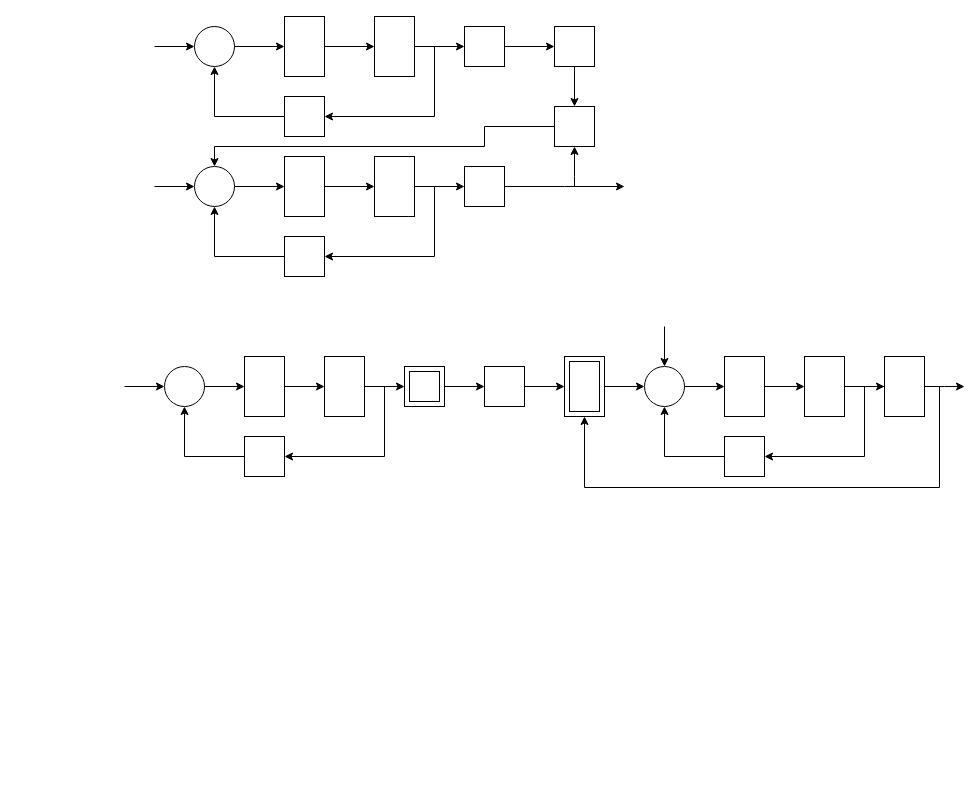
Before: TP2/Figuras P2/Diagrama de bloques.drawio in FedericoScheytt/A3-Tesys-I, a draw.io diagram. Source tidied: cells renumbered, new cells numbered last; positions are measured from the earlier drawing's top-left corner, leaving out a move shared by most shapes. Both pictures are drawn from the tidied source at 100%, with x=0, y=0 at pixel (124, 16).
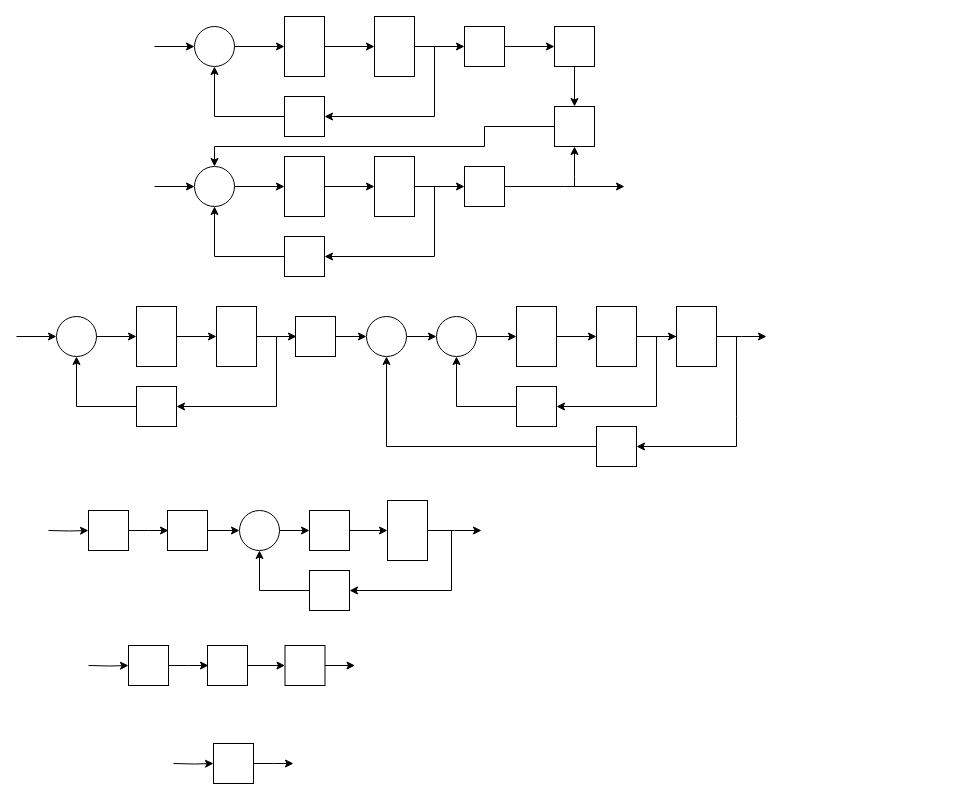
Above is the later version.

Diff of the diagram source:
```diff
@@
     <mxCell id="31" style="ellipse;whiteSpace=wrap;html=1;" parent="1" vertex="1">
-      <mxGeometry x="40" y="350" width="40" height="40" as="geometry" />
+      <mxGeometry x="-68" y="300" width="40" height="40" as="geometry" />
     </mxCell>
-    <mxCell id="32" style="edgeStyle=orthogonalEdgeStyle;rounded=0;jettySize=auto;html=1;exitX=1;exitY=0.5;exitDx=0;exitDy=0;entryX=0;entryY=0.5;entryDx=0;entryDy=0;" parent="1" edge="1" source="33" target="35">
-      <mxGeometry x="-0.2" y="10" relative="1" as="geometry" />
+    <mxCell id="32" style="edgeStyle=orthogonalEdgeStyle;rounded=0;jettySize=auto;html=1;exitX=1;exitY=0.5;exitDx=0;exitDy=0;entryX=0;entryY=0.5;entryDx=0;entryDy=0;" parent="1" edge="1" source="33">
+      <mxGeometry x="-0.2" y="10" relative="1" as="geometry">
+        <mxPoint x="172" y="320" as="targetPoint" />
+      </mxGeometry>
     </mxCell>
     <mxCell id="33" style="rounded=0;whiteSpace=wrap;html=1;" parent="1" vertex="1">
-      <mxGeometry x="200" y="340" width="40" height="60" as="geometry" />
+      <mxGeometry x="92" y="290" width="40" height="60" as="geometry" />
     </mxCell>
-    <mxCell id="34" style="edgeStyle=orthogonalEdgeStyle;rounded=0;jettySize=auto;html=1;exitX=1;exitY=0.5;exitDx=0;exitDy=0;entryX=0;entryY=0.5;entryDx=0;entryDy=0;" parent="1" edge="1" source="35" target="37">
-      <mxGeometry relative="1" as="geometry" />
-    </mxCell>
-    <mxCell id="35" style="rounded=0;whiteSpace=wrap;html=1;" parent="1" vertex="1">
-      <mxGeometry x="280" y="350" width="40" height="40" as="geometry" />
-    </mxCell>
-    <mxCell id="36" style="edgeStyle=orthogonalEdgeStyle;rounded=0;jettySize=auto;html=1;exitX=1;exitY=0.5;exitDx=0;exitDy=0;entryX=0;entryY=0.5;entryDx=0;entryDy=0;" parent="1" edge="1" source="37" target="50">
-      <mxGeometry relative="1" as="geometry" />
-    </mxCell>
+    <mxCell id="62" style="edgeStyle=orthogonalEdgeStyle;rounded=0;jettySize=auto;html=1;" parent="1" edge="1" source="37" target="67">
+      <mxGeometry relative="1" as="geometry" />
+    </mxCell>
     <mxCell id="37" style="rounded=0;whiteSpace=wrap;html=1;" parent="1" vertex="1">
-      <mxGeometry x="360" y="350" width="40" height="40" as="geometry" />
+      <mxGeometry x="171" y="300" width="40" height="40" as="geometry" />
     </mxCell>
@@
     <mxCell id="39" style="rounded=0;whiteSpace=wrap;html=1;" parent="1" vertex="1">
-      <mxGeometry x="120" y="340" width="40" height="60" as="geometry" />
+      <mxGeometry x="12" y="290" width="40" height="60" as="geometry" />
     </mxCell>
     <mxCell id="40" style="edgeStyle=orthogonalEdgeStyle;rounded=0;jettySize=auto;html=1;entryX=1;entryY=0.5;entryDx=0;entryDy=0;" parent="1" edge="1" target="42">
       <mxGeometry relative="1" as="geometry">
-        <mxPoint x="260" y="370" as="sourcePoint" />
+        <mxPoint x="152" y="320" as="sourcePoint" />
         <Array as="points">
-          <mxPoint x="260" y="440" />
+          <mxPoint x="152" y="390" />
         </Array>
       </mxGeometry>
     </mxCell>
@@
     <mxCell id="42" style="rounded=0;whiteSpace=wrap;html=1;" parent="1" vertex="1">
-      <mxGeometry x="120" y="420" width="40" height="40" as="geometry" />
+      <mxGeometry x="12" y="370" width="40" height="40" as="geometry" />
     </mxCell>
     <mxCell id="43" style="endArrow=classic;html=1;rounded=0;entryX=0;entryY=0.5;entryDx=0;entryDy=0;" parent="1" edge="1" target="39">
       <mxGeometry relative="1" as="geometry">
-        <mxPoint x="80" y="370" as="sourcePoint" />
+        <mxPoint x="-28" y="320" as="sourcePoint" />
       </mxGeometry>
     </mxCell>
     <mxCell id="44" style="endArrow=classic;html=1;rounded=0;entryX=0;entryY=0.5;entryDx=0;entryDy=0;" parent="1" edge="1" target="31">
       <mxGeometry y="10" relative="1" as="geometry">
-        <mxPoint y="370" as="sourcePoint" />
+        <mxPoint x="-108" y="320" as="sourcePoint" />
       </mxGeometry>
     </mxCell>
     <mxCell id="45" style="ellipse;whiteSpace=wrap;html=1;" parent="1" vertex="1">
-      <mxGeometry x="520" y="350" width="40" height="40" as="geometry" />
+      <mxGeometry x="312" y="300" width="40" height="40" as="geometry" />
     </mxCell>
@@
     <mxCell id="47" style="rounded=0;whiteSpace=wrap;html=1;" parent="1" vertex="1">
-      <mxGeometry x="680" y="340" width="40" height="60" as="geometry" />
+      <mxGeometry x="472" y="290" width="40" height="60" as="geometry" />
     </mxCell>
     <mxCell id="48" style="edgeStyle=orthogonalEdgeStyle;rounded=0;jettySize=auto;html=1;exitX=1;exitY=0.5;exitDx=0;exitDy=0;" parent="1" edge="1" source="49">
       <mxGeometry relative="1" as="geometry">
-        <mxPoint x="840" y="370" as="targetPoint" />
+        <mxPoint x="642" y="320" as="targetPoint" />
       </mxGeometry>
     </mxCell>
     <mxCell id="49" style="rounded=0;whiteSpace=wrap;html=1;" parent="1" vertex="1">
-      <mxGeometry x="760" y="340" width="40" height="60" as="geometry" />
+      <mxGeometry x="552" y="290" width="40" height="60" as="geometry" />
     </mxCell>
-    <mxCell id="50" style="rounded=0;whiteSpace=wrap;html=1;" parent="1" vertex="1">
-      <mxGeometry x="440" y="340" width="40" height="60" as="geometry" />
-    </mxCell>
@@
     <mxCell id="52" style="rounded=0;whiteSpace=wrap;html=1;" parent="1" vertex="1">
-      <mxGeometry x="600" y="340" width="40" height="60" as="geometry" />
+      <mxGeometry x="392" y="290" width="40" height="60" as="geometry" />
     </mxCell>
     <mxCell id="53" style="edgeStyle=orthogonalEdgeStyle;rounded=0;jettySize=auto;html=1;entryX=1;entryY=0.5;entryDx=0;entryDy=0;" parent="1" edge="1" target="54">
       <mxGeometry relative="1" as="geometry">
-        <mxPoint x="760" y="370" as="sourcePoint" />
+        <mxPoint x="552" y="320" as="sourcePoint" />
         <Array as="points">
-          <mxPoint x="740" y="370" />
-          <mxPoint x="740" y="440" />
+          <mxPoint x="532" y="320" />
+          <mxPoint x="532" y="390" />
         </Array>
       </mxGeometry>
     </mxCell>
     <mxCell id="54" style="rounded=0;whiteSpace=wrap;html=1;" parent="1" vertex="1">
-      <mxGeometry x="600" y="420" width="40" height="40" as="geometry" />
+      <mxGeometry x="392" y="370" width="40" height="40" as="geometry" />
     </mxCell>
     <mxCell id="55" style="endArrow=classic;html=1;rounded=0;entryX=0;entryY=0.5;entryDx=0;entryDy=0;" parent="1" edge="1" target="52">
       <mxGeometry relative="1" as="geometry">
-        <mxPoint x="560" y="370" as="sourcePoint" />
+        <mxPoint x="352" y="320" as="sourcePoint" />
       </mxGeometry>
     </mxCell>
-    <mxCell id="56" style="endArrow=classic;html=1;rounded=0;" parent="1" edge="1" target="45">
+    <mxCell id="56" style="endArrow=classic;html=1;rounded=0;entryX=0.5;entryY=1;entryDx=0;entryDy=0;" parent="1" edge="1" target="45">
       <mxGeometry relative="1" as="geometry">
-        <mxPoint x="600" y="440" as="sourcePoint" />
+        <mxPoint x="392" y="390" as="sourcePoint" />
         <Array as="points">
-          <mxPoint x="540" y="440" />
+          <mxPoint x="332" y="390" />
         </Array>
       </mxGeometry>
     </mxCell>
-    <mxCell id="57" style="endArrow=classic;html=1;rounded=0;entryX=0;entryY=0.5;entryDx=0;entryDy=0;" parent="1" edge="1" target="45">
-      <mxGeometry y="10" relative="1" as="geometry">
-        <mxPoint x="480" y="370" as="sourcePoint" />
-      </mxGeometry>
-    </mxCell>
-    <mxCell id="58" style="endArrow=classic;html=1;rounded=0;entryX=0.5;entryY=0;entryDx=0;entryDy=0;" parent="1" edge="1" target="45">
-      <mxGeometry relative="1" as="geometry">
-        <mxPoint x="540" y="310" as="sourcePoint" />
-      </mxGeometry>
-    </mxCell>
-    <mxCell id="59" style="endArrow=classic;html=1;rounded=0;entryX=0.5;entryY=1;entryDx=0;entryDy=0;" parent="1" edge="1" target="50">
-      <mxGeometry relative="1" as="geometry">
-        <mxPoint x="815" y="370" as="sourcePoint" />
-        <Array as="points">
-          <mxPoint x="815" y="471" />
-          <mxPoint x="460" y="471" />
-        </Array>
-      </mxGeometry>
-    </mxCell>
-    <mxCell id="60" style="rounded=0;whiteSpace=wrap;html=1;" parent="1" vertex="1">
-      <mxGeometry x="445" y="345" width="30" height="50" as="geometry" />
-    </mxCell>
-    <mxCell id="61" style="rounded=0;whiteSpace=wrap;html=1;" parent="1" vertex="1">
-      <mxGeometry x="285" y="355" width="30" height="30" as="geometry" />
-    </mxCell>
+    <mxCell id="63" style="edgeStyle=orthogonalEdgeStyle;rounded=0;jettySize=auto;html=1;entryX=0.5;entryY=1;entryDx=0;entryDy=0;" parent="1" edge="1" source="64" target="67">
+      <mxGeometry relative="1" as="geometry" />
+    </mxCell>
+    <mxCell id="64" style="rounded=0;whiteSpace=wrap;html=1;" parent="1" vertex="1">
+      <mxGeometry x="472" y="410" width="40" height="40" as="geometry" />
+    </mxCell>
+    <mxCell id="65" style="endArrow=classic;html=1;rounded=0;entryX=1;entryY=0.5;entryDx=0;entryDy=0;" parent="1" edge="1" target="64">
+      <mxGeometry relative="1" as="geometry">
+        <mxPoint x="612" y="320" as="sourcePoint" />
+        <Array as="points">
+          <mxPoint x="612" y="400" />
+          <mxPoint x="612" y="430" />
+        </Array>
+      </mxGeometry>
+    </mxCell>
+    <mxCell id="66" style="edgeStyle=orthogonalEdgeStyle;rounded=0;jettySize=auto;html=1;entryX=0;entryY=0.5;entryDx=0;entryDy=0;" parent="1" edge="1" source="67" target="45">
+      <mxGeometry relative="1" as="geometry" />
+    </mxCell>
+    <mxCell id="67" style="ellipse;whiteSpace=wrap;html=1;" parent="1" vertex="1">
+      <mxGeometry x="242" y="300" width="40" height="40" as="geometry" />
+    </mxCell>
+    <mxCell id="68" style="edgeStyle=orthogonalEdgeStyle;rounded=0;jettySize=auto;html=1;exitX=1;exitY=0.5;exitDx=0;exitDy=0;entryX=0;entryY=0.5;entryDx=0;entryDy=0;" parent="1" edge="1" source="69">
+      <mxGeometry x="-0.2" y="10" relative="1" as="geometry">
+        <mxPoint x="44" y="514" as="targetPoint" />
+      </mxGeometry>
+    </mxCell>
+    <mxCell id="69" style="rounded=0;whiteSpace=wrap;html=1;" parent="1" vertex="1">
+      <mxGeometry x="-36" y="494" width="40" height="40" as="geometry" />
+    </mxCell>
+    <mxCell id="70" style="edgeStyle=orthogonalEdgeStyle;rounded=0;jettySize=auto;html=1;" parent="1" edge="1" source="71" target="81">
+      <mxGeometry relative="1" as="geometry" />
+    </mxCell>
+    <mxCell id="71" style="rounded=0;whiteSpace=wrap;html=1;" parent="1" vertex="1">
+      <mxGeometry x="43" y="494" width="40" height="40" as="geometry" />
+    </mxCell>
+    <mxCell id="72" style="edgeStyle=orthogonalEdgeStyle;rounded=0;jettySize=auto;html=1;exitX=1;exitY=0.5;exitDx=0;exitDy=0;entryX=0;entryY=0.5;entryDx=0;entryDy=0;" parent="1" edge="1" target="69">
+      <mxGeometry relative="1" as="geometry">
+        <mxPoint x="-76" y="514" as="sourcePoint" />
+      </mxGeometry>
+    </mxCell>
+    <mxCell id="73" style="edgeStyle=orthogonalEdgeStyle;rounded=0;jettySize=auto;html=1;exitX=1;exitY=0.5;exitDx=0;exitDy=0;" parent="1" edge="1" source="74">
+      <mxGeometry relative="1" as="geometry">
+        <mxPoint x="357" y="514" as="targetPoint" />
+      </mxGeometry>
+    </mxCell>
+    <mxCell id="74" style="rounded=0;whiteSpace=wrap;html=1;" parent="1" vertex="1">
+      <mxGeometry x="263" y="484" width="40" height="60" as="geometry" />
+    </mxCell>
+    <mxCell id="75" style="edgeStyle=orthogonalEdgeStyle;rounded=0;jettySize=auto;html=1;" parent="1" edge="1" source="76" target="74">
+      <mxGeometry relative="1" as="geometry" />
+    </mxCell>
+    <mxCell id="76" style="rounded=0;whiteSpace=wrap;html=1;" parent="1" vertex="1">
+      <mxGeometry x="185" y="494" width="40" height="40" as="geometry" />
+    </mxCell>
+    <mxCell id="77" style="edgeStyle=orthogonalEdgeStyle;rounded=0;jettySize=auto;html=1;entryX=0.5;entryY=1;entryDx=0;entryDy=0;" parent="1" edge="1" source="78" target="81">
+      <mxGeometry relative="1" as="geometry" />
+    </mxCell>
+    <mxCell id="78" style="rounded=0;whiteSpace=wrap;html=1;" parent="1" vertex="1">
+      <mxGeometry x="185" y="554" width="40" height="40" as="geometry" />
+    </mxCell>
+    <mxCell id="79" style="endArrow=classic;html=1;rounded=0;entryX=1;entryY=0.5;entryDx=0;entryDy=0;" parent="1" edge="1" target="78">
+      <mxGeometry relative="1" as="geometry">
+        <mxPoint x="327" y="514" as="sourcePoint" />
+        <Array as="points">
+          <mxPoint x="327" y="574" />
+        </Array>
+      </mxGeometry>
+    </mxCell>
+    <mxCell id="80" style="edgeStyle=orthogonalEdgeStyle;rounded=0;jettySize=auto;html=1;entryX=0;entryY=0.5;entryDx=0;entryDy=0;" parent="1" edge="1" source="81" target="76">
+      <mxGeometry relative="1" as="geometry" />
+    </mxCell>
+    <mxCell id="81" style="ellipse;whiteSpace=wrap;html=1;" parent="1" vertex="1">
+      <mxGeometry x="115" y="494" width="40" height="40" as="geometry" />
+    </mxCell>
+    <mxCell id="82" style="edgeStyle=orthogonalEdgeStyle;rounded=0;jettySize=auto;html=1;exitX=1;exitY=0.5;exitDx=0;exitDy=0;entryX=0;entryY=0.5;entryDx=0;entryDy=0;" parent="1" edge="1" source="83">
+      <mxGeometry x="-0.2" y="10" relative="1" as="geometry">
+        <mxPoint x="84" y="649" as="targetPoint" />
+      </mxGeometry>
+    </mxCell>
+    <mxCell id="83" style="rounded=0;whiteSpace=wrap;html=1;" parent="1" vertex="1">
+      <mxGeometry x="4" y="629" width="40" height="40" as="geometry" />
+    </mxCell>
+    <mxCell id="84" style="edgeStyle=orthogonalEdgeStyle;rounded=0;jettySize=auto;html=1;entryX=0;entryY=0.5;entryDx=0;entryDy=0;" parent="1" edge="1" source="85" target="88">
+      <mxGeometry relative="1" as="geometry" />
+    </mxCell>
+    <mxCell id="85" style="rounded=0;whiteSpace=wrap;html=1;" parent="1" vertex="1">
+      <mxGeometry x="83" y="629" width="40" height="40" as="geometry" />
+    </mxCell>
+    <mxCell id="86" style="edgeStyle=orthogonalEdgeStyle;rounded=0;jettySize=auto;html=1;exitX=1;exitY=0.5;exitDx=0;exitDy=0;entryX=0;entryY=0.5;entryDx=0;entryDy=0;" parent="1" edge="1" target="83">
+      <mxGeometry relative="1" as="geometry">
+        <mxPoint x="-36" y="649" as="sourcePoint" />
+      </mxGeometry>
+    </mxCell>
+    <mxCell id="87" style="edgeStyle=orthogonalEdgeStyle;rounded=0;jettySize=auto;html=1;" parent="1" edge="1" source="88">
+      <mxGeometry relative="1" as="geometry">
+        <mxPoint x="230.5" y="649" as="targetPoint" />
+      </mxGeometry>
+    </mxCell>
+    <mxCell id="88" style="rounded=0;whiteSpace=wrap;html=1;" parent="1" vertex="1">
+      <mxGeometry x="160.5" y="629" width="40" height="40" as="geometry" />
+    </mxCell>
+    <mxCell id="89" style="edgeStyle=orthogonalEdgeStyle;rounded=0;jettySize=auto;html=1;exitX=1;exitY=0.5;exitDx=0;exitDy=0;entryX=0;entryY=0.5;entryDx=0;entryDy=0;" parent="1" edge="1" source="90">
+      <mxGeometry x="-0.2" y="10" relative="1" as="geometry">
+        <mxPoint x="169" y="747" as="targetPoint" />
+      </mxGeometry>
+    </mxCell>
+    <mxCell id="90" style="rounded=0;whiteSpace=wrap;html=1;" parent="1" vertex="1">
+      <mxGeometry x="89" y="727" width="40" height="40" as="geometry" />
+    </mxCell>
+    <mxCell id="91" style="edgeStyle=orthogonalEdgeStyle;rounded=0;jettySize=auto;html=1;exitX=1;exitY=0.5;exitDx=0;exitDy=0;entryX=0;entryY=0.5;entryDx=0;entryDy=0;" parent="1" edge="1" target="90">
+      <mxGeometry relative="1" as="geometry">
+        <mxPoint x="49" y="747" as="sourcePoint" />
+      </mxGeometry>
+    </mxCell>
```
